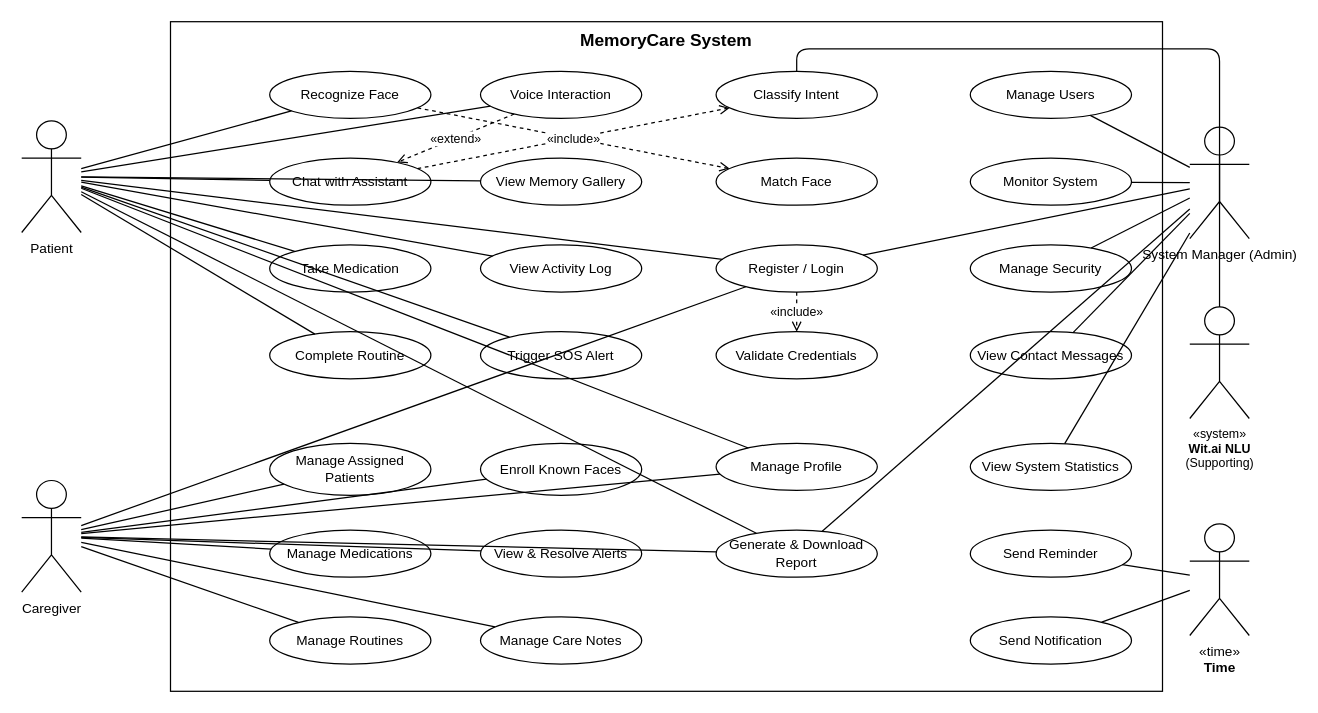
This is docs/diagrams/use-case.drawio.xml from Iraj-Shahzad/memoracare-, a draw.io file, before an edit. Source tidied: cells renumbered, new cells numbered last; positions are measured from the earlier drawing's top-left corner, leaving out a move shared by most shapes. Both pictures are drawn from the tidied source at 124%, with x=0, y=0 at pixel (21, 21).
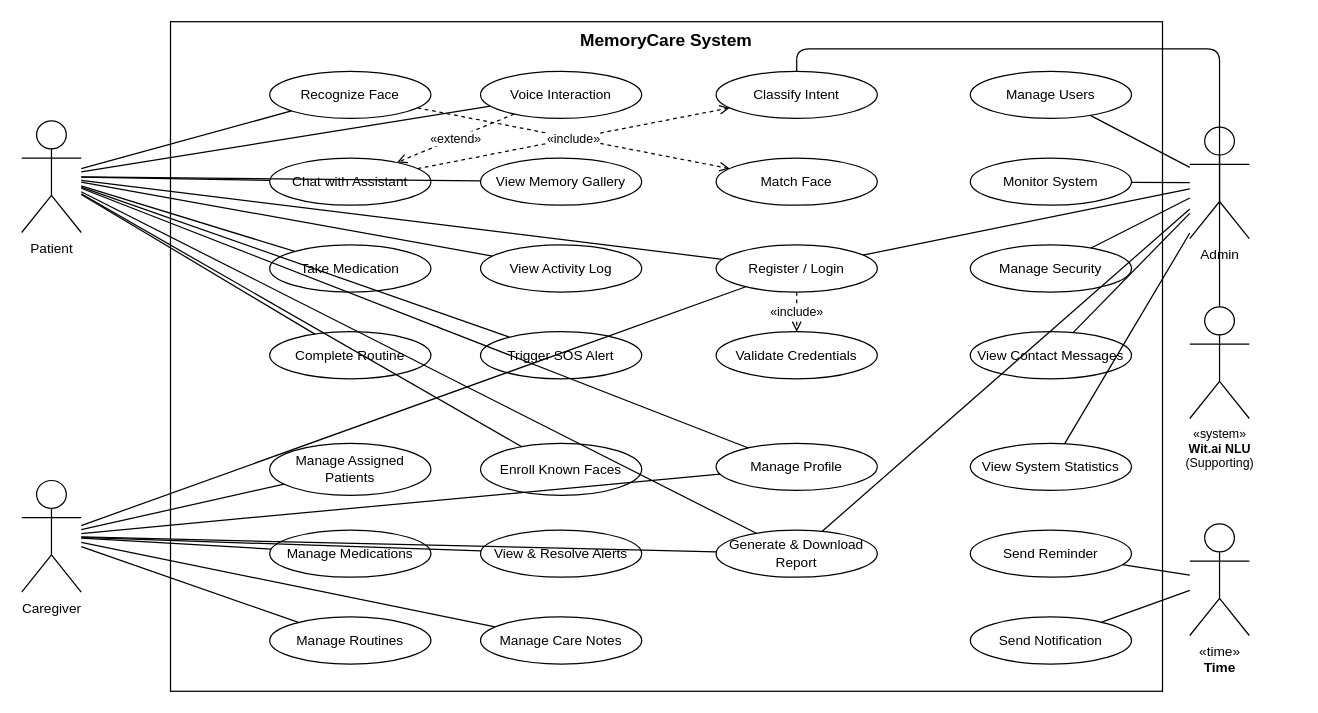
Above is the later version.

Unchanged cells that the change refers to:
```xml
<mxCell id="3" value="Patient" style="shape=umlActor;verticalLabelPosition=bottom;verticalAlign=top;html=1;outlineConnect=0;fontSize=11;" parent="1" vertex="1">
  <mxGeometry y="80" width="48" height="90" as="geometry" />
</mxCell>
<mxCell id="4" value="Caregiver" style="shape=umlActor;verticalLabelPosition=bottom;verticalAlign=top;html=1;outlineConnect=0;fontSize=11;" parent="1" vertex="1">
  <mxGeometry y="370" width="48" height="90" as="geometry" />
</mxCell>
<mxCell id="19" value="Enroll Known Faces" style="ellipse;whiteSpace=wrap;html=1;fontSize=11;" parent="1" vertex="1">
  <mxGeometry x="370" y="340" width="130" height="42" as="geometry" />
</mxCell>
```

Change to the diagram source:
```diff
@@
-    <mxCell id="5" value="System Manager (Admin)" style="shape=umlActor;verticalLabelPosition=bottom;verticalAlign=top;html=1;outlineConnect=0;fontSize=11;" parent="1" vertex="1">
+    <mxCell id="5" value="Admin" style="shape=umlActor;verticalLabelPosition=bottom;verticalAlign=top;html=1;outlineConnect=0;fontSize=11;" parent="1" vertex="1">
       <mxGeometry x="942" y="85" width="48" height="90" as="geometry" />
     </mxCell>
@@
-    <mxCell id="49" style="endArrow=none;html=1;" parent="1" edge="1" source="4" target="19">
+    <mxCell id="49" style="endArrow=none;html=1;" parent="1" edge="1" source="3" target="19">
       <mxGeometry relative="1" as="geometry" />
     </mxCell>
```
